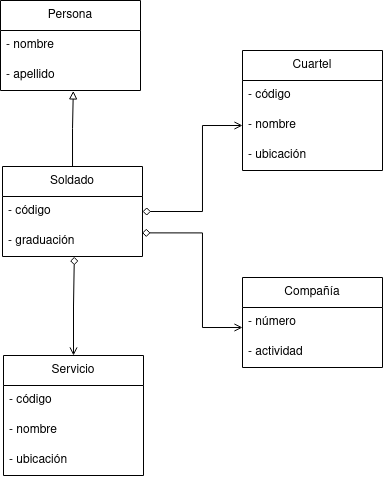
Above: Tema 5. Diagramas de clase/Tarea 3. Ministerio defensa/img/MinisterioDefensa.drawio.png in colidom/ets (draw.io), before the change. Source tidied: cells renumbered, new cells last; positions are measured from the earlier drawing's top-left corner, leaving out a move shared by most shapes. The source it was exported from:
```xml
<mxGraphModel>
  <root>
    <mxCell id="0" />
    <mxCell id="1" parent="0" />
    <mxCell id="2" value="Persona" style="swimlane;fontStyle=0;horizontal=1;startSize=30;whiteSpace=wrap;html=1;" parent="1" vertex="1">
      <mxGeometry width="140" height="90" as="geometry" />
    </mxCell>
    <mxCell id="3" value="- nombre" style="text;strokeColor=none;fillColor=none;align=left;verticalAlign=middle;spacingLeft=4;spacingRight=4;overflow=hidden;whiteSpace=wrap;html=1;" parent="2" vertex="1">
      <mxGeometry y="30" width="140" height="30" as="geometry" />
    </mxCell>
    <mxCell id="4" value="- apellido" style="text;strokeColor=none;fillColor=none;align=left;verticalAlign=middle;spacingLeft=4;spacingRight=4;overflow=hidden;points=[[0,0.5],[1,0.5]];portConstraint=eastwest;whiteSpace=wrap;html=1;" parent="2" vertex="1">
      <mxGeometry y="60" width="140" height="30" as="geometry" />
    </mxCell>
    <mxCell id="5" style="edgeStyle=orthogonalEdgeStyle;rounded=0;jettySize=auto;html=1;entryX=0.52;entryY=1.014;entryDx=0;entryDy=0;endArrow=block;endFill=0;startArrow=none;startFill=0;entryPerimeter=0;" parent="1" edge="1" source="8" target="4">
      <mxGeometry relative="1" as="geometry" />
    </mxCell>
    <mxCell id="6" style="edgeStyle=orthogonalEdgeStyle;rounded=0;jettySize=auto;html=1;startArrow=diamond;startFill=0;endArrow=open;endFill=0;entryX=0;entryY=0.667;entryDx=0;entryDy=0;entryPerimeter=0;exitX=0.997;exitY=0.213;exitDx=0;exitDy=0;exitPerimeter=0;" parent="1" edge="1" source="10" target="16">
      <mxGeometry relative="1" as="geometry">
        <Array as="points">
          <mxPoint x="202" y="232" />
          <mxPoint x="202" y="327" />
        </Array>
      </mxGeometry>
    </mxCell>
    <mxCell id="7" style="edgeStyle=orthogonalEdgeStyle;rounded=0;jettySize=auto;html=1;startArrow=diamond;startFill=0;endArrow=open;endFill=0;entryX=0;entryY=0.5;entryDx=0;entryDy=0;exitX=1;exitY=0.5;exitDx=0;exitDy=0;" parent="1" edge="1" source="9" target="13">
      <mxGeometry relative="1" as="geometry">
        <Array as="points">
          <mxPoint x="202" y="211" />
          <mxPoint x="202" y="125" />
        </Array>
      </mxGeometry>
    </mxCell>
    <mxCell id="8" value="Soldado" style="swimlane;fontStyle=0;horizontal=1;startSize=30;whiteSpace=wrap;html=1;" parent="1" vertex="1">
      <mxGeometry x="2" y="166" width="140" height="90" as="geometry" />
    </mxCell>
    <mxCell id="9" value="- código" style="text;strokeColor=none;fillColor=none;align=left;verticalAlign=middle;spacingLeft=4;spacingRight=4;overflow=hidden;points=[[0,0.5],[1,0.5]];portConstraint=eastwest;whiteSpace=wrap;html=1;" parent="8" vertex="1">
      <mxGeometry y="30" width="140" height="30" as="geometry" />
    </mxCell>
    <mxCell id="10" value="- graduación" style="text;strokeColor=none;fillColor=none;align=left;verticalAlign=middle;spacingLeft=4;spacingRight=4;overflow=hidden;points=[[0,0.5],[1,0.5]];portConstraint=eastwest;whiteSpace=wrap;html=1;" parent="8" vertex="1">
      <mxGeometry y="60" width="140" height="30" as="geometry" />
    </mxCell>
    <mxCell id="11" value="Cuartel" style="swimlane;fontStyle=0;horizontal=1;startSize=30;whiteSpace=wrap;html=1;" parent="1" vertex="1">
      <mxGeometry x="242" y="50" width="140" height="120" as="geometry" />
    </mxCell>
    <mxCell id="12" value="- código" style="text;strokeColor=none;fillColor=none;align=left;verticalAlign=middle;spacingLeft=4;spacingRight=4;overflow=hidden;whiteSpace=wrap;html=1;" parent="11" vertex="1">
      <mxGeometry y="30" width="140" height="30" as="geometry" />
    </mxCell>
    <mxCell id="13" value="&lt;div&gt;- nombre&lt;/div&gt;" style="text;strokeColor=none;fillColor=none;align=left;verticalAlign=middle;spacingLeft=4;spacingRight=4;overflow=hidden;points=[[0,0.5],[1,0.5]];portConstraint=eastwest;whiteSpace=wrap;html=1;" parent="11" vertex="1">
      <mxGeometry y="60" width="140" height="30" as="geometry" />
    </mxCell>
    <mxCell id="14" value="&lt;div&gt;- ubicación&lt;br&gt;&lt;/div&gt;" style="text;strokeColor=none;fillColor=none;align=left;verticalAlign=middle;spacingLeft=4;spacingRight=4;overflow=hidden;whiteSpace=wrap;html=1;" parent="11" vertex="1">
      <mxGeometry y="90" width="140" height="30" as="geometry" />
    </mxCell>
    <mxCell id="15" value="Compañía" style="swimlane;fontStyle=0;horizontal=1;startSize=30;whiteSpace=wrap;html=1;" parent="1" vertex="1">
      <mxGeometry x="242" y="277" width="140" height="90" as="geometry" />
    </mxCell>
    <mxCell id="16" value="- número" style="text;strokeColor=none;fillColor=none;align=left;verticalAlign=middle;spacingLeft=4;spacingRight=4;overflow=hidden;points=[[0,0.5],[1,0.5]];portConstraint=eastwest;whiteSpace=wrap;html=1;" parent="15" vertex="1">
      <mxGeometry y="30" width="140" height="30" as="geometry" />
    </mxCell>
    <mxCell id="17" value="&lt;div&gt;- actividad&lt;/div&gt;" style="text;strokeColor=none;fillColor=none;align=left;verticalAlign=middle;spacingLeft=4;spacingRight=4;overflow=hidden;whiteSpace=wrap;html=1;" parent="15" vertex="1">
      <mxGeometry y="60" width="140" height="30" as="geometry" />
    </mxCell>
    <mxCell id="18" style="edgeStyle=orthogonalEdgeStyle;rounded=0;jettySize=auto;html=1;startArrow=open;startFill=0;endArrow=diamond;endFill=0;entryX=0.513;entryY=1.01;entryDx=0;entryDy=0;entryPerimeter=0;" parent="1" edge="1" source="19" target="10">
      <mxGeometry relative="1" as="geometry" />
    </mxCell>
    <mxCell id="19" value="Servicio" style="swimlane;fontStyle=0;horizontal=1;startSize=30;whiteSpace=wrap;html=1;" parent="1" vertex="1">
      <mxGeometry x="3" y="355" width="140" height="120" as="geometry" />
    </mxCell>
    <mxCell id="20" value="- código" style="text;strokeColor=none;fillColor=none;align=left;verticalAlign=middle;spacingLeft=4;spacingRight=4;overflow=hidden;whiteSpace=wrap;html=1;" parent="19" vertex="1">
      <mxGeometry y="30" width="140" height="30" as="geometry" />
    </mxCell>
    <mxCell id="21" value="&lt;div&gt;- nombre&lt;/div&gt;" style="text;strokeColor=none;fillColor=none;align=left;verticalAlign=middle;spacingLeft=4;spacingRight=4;overflow=hidden;whiteSpace=wrap;html=1;" parent="19" vertex="1">
      <mxGeometry y="60" width="140" height="30" as="geometry" />
    </mxCell>
    <mxCell id="22" value="&lt;div&gt;- ubicación&lt;br&gt;&lt;/div&gt;" style="text;strokeColor=none;fillColor=none;align=left;verticalAlign=middle;spacingLeft=4;spacingRight=4;overflow=hidden;whiteSpace=wrap;html=1;" parent="19" vertex="1">
      <mxGeometry y="90" width="140" height="30" as="geometry" />
    </mxCell>
  </root>
</mxGraphModel>
```
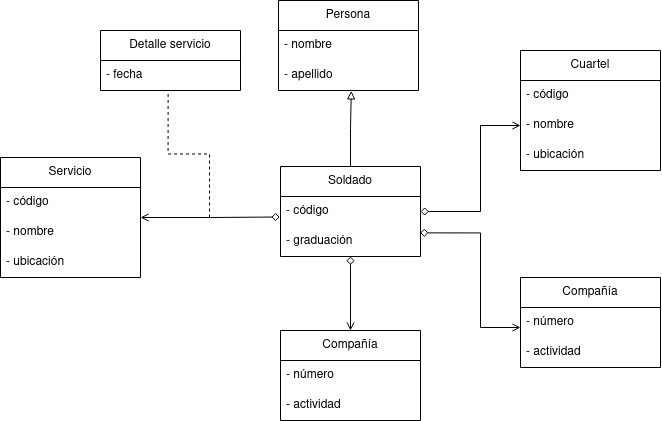
After the commit.

Change to the diagram source:
```diff
@@ -60,11 +60,11 @@
     <mxCell id="17" value="&lt;div&gt;- actividad&lt;/div&gt;" style="text;strokeColor=none;fillColor=none;align=left;verticalAlign=middle;spacingLeft=4;spacingRight=4;overflow=hidden;whiteSpace=wrap;html=1;" parent="15" vertex="1">
       <mxGeometry y="60" width="140" height="30" as="geometry" />
     </mxCell>
-    <mxCell id="18" style="edgeStyle=orthogonalEdgeStyle;rounded=0;jettySize=auto;html=1;startArrow=open;startFill=0;endArrow=diamond;endFill=0;entryX=0.513;entryY=1.01;entryDx=0;entryDy=0;entryPerimeter=0;" parent="1" edge="1" source="19" target="10">
+    <mxCell id="18" style="edgeStyle=orthogonalEdgeStyle;rounded=0;jettySize=auto;html=1;startArrow=open;startFill=0;endArrow=diamond;endFill=0;entryX=-0.005;entryY=0.683;entryDx=0;entryDy=0;entryPerimeter=0;" parent="1" edge="1" source="19" target="9">
       <mxGeometry relative="1" as="geometry" />
     </mxCell>
     <mxCell id="19" value="Servicio" style="swimlane;fontStyle=0;horizontal=1;startSize=30;whiteSpace=wrap;html=1;" parent="1" vertex="1">
-      <mxGeometry x="3" y="355" width="140" height="120" as="geometry" />
+      <mxGeometry x="-278" y="157" width="140" height="120" as="geometry" />
     </mxCell>
     <mxCell id="20" value="- código" style="text;strokeColor=none;fillColor=none;align=left;verticalAlign=middle;spacingLeft=4;spacingRight=4;overflow=hidden;whiteSpace=wrap;html=1;" parent="19" vertex="1">
       <mxGeometry y="30" width="140" height="30" as="geometry" />
@@ -75,5 +75,28 @@
     <mxCell id="22" value="&lt;div&gt;- ubicación&lt;br&gt;&lt;/div&gt;" style="text;strokeColor=none;fillColor=none;align=left;verticalAlign=middle;spacingLeft=4;spacingRight=4;overflow=hidden;whiteSpace=wrap;html=1;" parent="19" vertex="1">
       <mxGeometry y="90" width="140" height="30" as="geometry" />
     </mxCell>
+    <mxCell id="23" value="Compañía" style="swimlane;fontStyle=0;horizontal=1;startSize=30;whiteSpace=wrap;html=1;" parent="1" vertex="1">
+      <mxGeometry x="2" y="330" width="140" height="90" as="geometry" />
+    </mxCell>
+    <mxCell id="24" value="- número" style="text;strokeColor=none;fillColor=none;align=left;verticalAlign=middle;spacingLeft=4;spacingRight=4;overflow=hidden;whiteSpace=wrap;html=1;" parent="23" vertex="1">
+      <mxGeometry y="30" width="140" height="30" as="geometry" />
+    </mxCell>
+    <mxCell id="25" value="&lt;div&gt;- actividad&lt;/div&gt;" style="text;strokeColor=none;fillColor=none;align=left;verticalAlign=middle;spacingLeft=4;spacingRight=4;overflow=hidden;whiteSpace=wrap;html=1;" parent="23" vertex="1">
+      <mxGeometry y="60" width="140" height="30" as="geometry" />
+    </mxCell>
+    <mxCell id="26" style="endArrow=diamond;html=1;rounded=0;entryX=0.5;entryY=1;entryDx=0;entryDy=0;exitX=0.5;exitY=0;exitDx=0;exitDy=0;endFill=0;startArrow=open;startFill=0;" parent="1" edge="1" source="23" target="8">
+      <mxGeometry relative="1" as="geometry" />
+    </mxCell>
+    <mxCell id="27" value="Detalle servicio" style="swimlane;fontStyle=0;horizontal=1;startSize=30;whiteSpace=wrap;html=1;" parent="1" vertex="1">
+      <mxGeometry x="-178" y="30" width="140" height="60" as="geometry" />
+    </mxCell>
+    <mxCell id="28" value="- fecha" style="text;strokeColor=none;fillColor=none;align=left;verticalAlign=middle;spacingLeft=4;spacingRight=4;overflow=hidden;points=[[0,0.5],[1,0.5]];portConstraint=eastwest;whiteSpace=wrap;html=1;" parent="27" vertex="1">
+      <mxGeometry y="30" width="140" height="30" as="geometry" />
+    </mxCell>
+    <mxCell id="29" style="endArrow=none;html=1;rounded=0;dashed=1;strokeColor=default;endFill=0;entryX=0.483;entryY=1.016;entryDx=0;entryDy=0;entryPerimeter=0;edgeStyle=orthogonalEdgeStyle;" parent="1" edge="1" target="28">
+      <mxGeometry relative="1" as="geometry">
+        <mxPoint x="-69" y="217" as="sourcePoint" />
+      </mxGeometry>
+    </mxCell>
   </root>
 </mxGraphModel>
```
